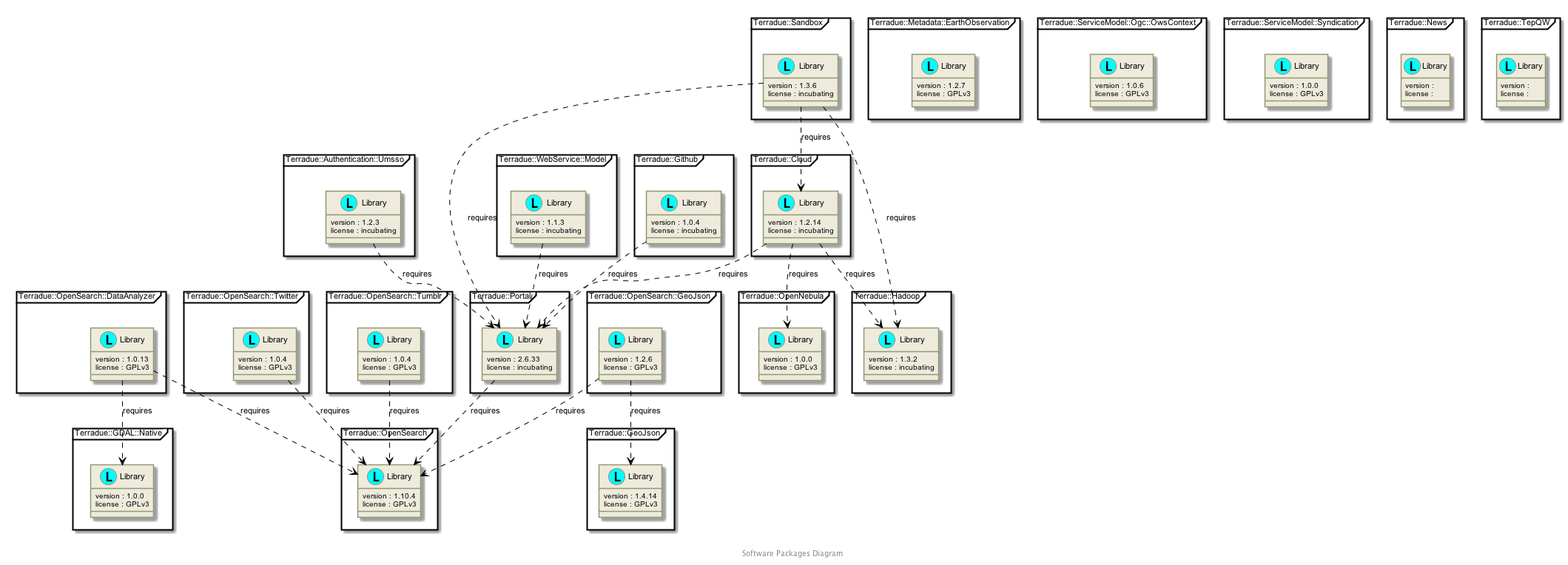
Earlier version of the PlantUML export _images/plantuml-f17e574814452937fa3298234b3eac4730e0a68b.png (Terradue/doc-tep-geohazards-arch).
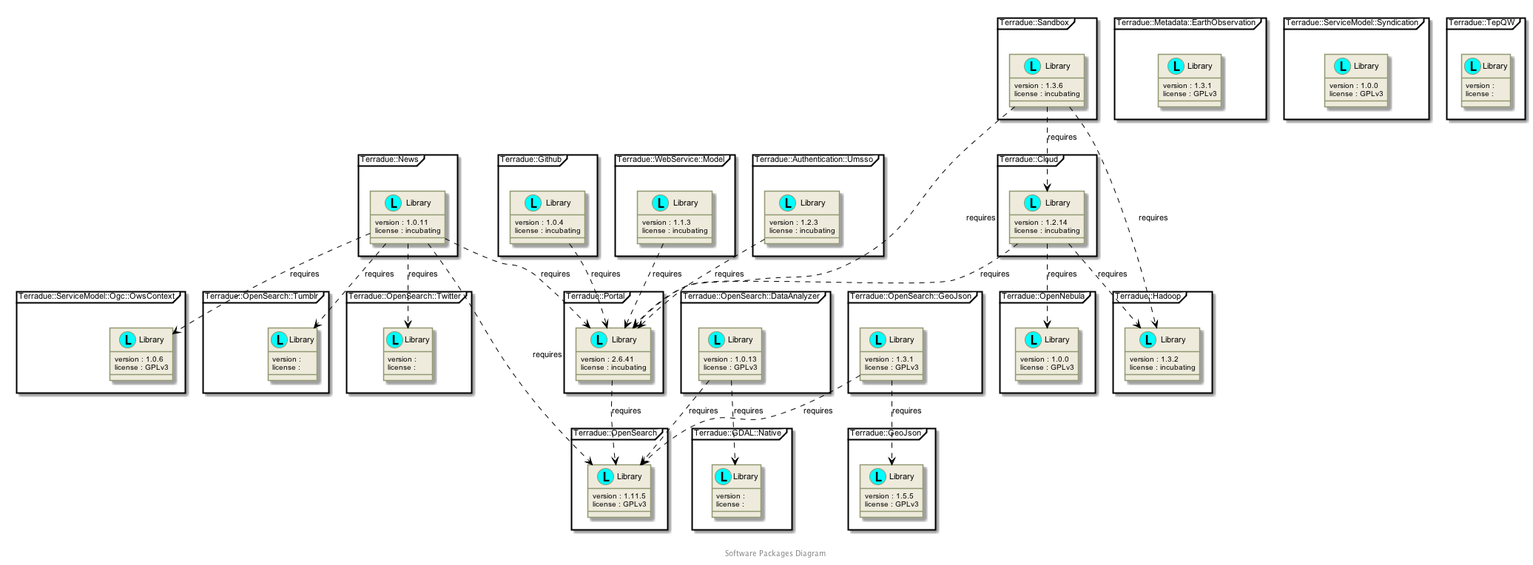
After the commit.

What changed in the source:
```diff
@@ -154,13 +154,13 @@
 }
 package "Terradue::GDAL::Native" <<Frame>> {
   class "Library" as namespace_terradue_1_1_g_d_a_l_1_1_native << (L, cyan) >> [[../technology/packages/namespace_terradue_1_1_g_d_a_l_1_1_native.html]] {
-     version : 1.0.0
-     license : GPLv3
+     version :
+     license :
   }
 }
 package "Terradue::GeoJson" <<Frame>> {
   class "Library" as namespace_terradue_1_1_geo_json << (L, cyan) >> [[../technology/packages/namespace_terradue_1_1_geo_json.html]] {
-     version : 1.4.14
+     version : 1.5.5
      license : GPLv3
   }
 }
@@ -178,7 +178,7 @@
 }
 package "Terradue::Metadata::EarthObservation" <<Frame>> {
   class "Library" as namespace_terradue_1_1_metadata_1_1_earth_observation << (L, cyan) >> [[../technology/packages/namespace_terradue_1_1_metadata_1_1_earth_observation.html]] {
-     version : 1.2.7
+     version : 1.3.1
      license : GPLv3
   }
 }
@@ -196,8 +196,8 @@
 }
 package "Terradue::News" <<Frame>> {
   class "Library" as namespace_terradue_1_1_news << (L, cyan) >> [[../technology/packages/namespace_terradue_1_1_news.html]] {
-     version :
-     license :
+     version : 1.0.11
+     license : incubating
   }
 }
 package "Terradue::OpenNebula" <<Frame>> {
@@ -214,31 +214,31 @@
 }
 package "Terradue::OpenSearch::Tumblr" <<Frame>> {
   class "Library" as namespace_terradue_1_1_open_search_1_1_tumblr << (L, cyan) >> [[../technology/packages/namespace_terradue_1_1_open_search_1_1_tumblr.html]] {
-     version : 1.0.4
-     license : GPLv3
+     version :
+     license :
   }
 }
 package "Terradue::OpenSearch::Twitter" <<Frame>> {
   class "Library" as namespace_terradue_1_1_open_search_1_1_twitter << (L, cyan) >> [[../technology/packages/namespace_terradue_1_1_open_search_1_1_twitter.html]] {
-     version : 1.0.4
-     license : GPLv3
+     version :
+     license :
   }
 }
 package "Terradue::OpenSearch::GeoJson" <<Frame>> {
   class "Library" as namespace_terradue_1_1_open_search_1_1_geo_json << (L, cyan) >> [[../technology/packages/namespace_terradue_1_1_open_search_1_1_geo_json.html]] {
-     version : 1.2.6
+     version : 1.3.1
      license : GPLv3
   }
 }
 package "Terradue::OpenSearch" <<Frame>> {
   class "Library" as namespace_terradue_1_1_open_search << (L, cyan) >> [[../technology/packages/namespace_terradue_1_1_open_search.html]] {
-     version : 1.10.4
+     version : 1.11.5
      license : GPLv3
   }
 }
 package "Terradue::Portal" <<Frame>> {
   class "Library" as namespace_terradue_1_1_portal << (L, cyan) >> [[../technology/packages/namespace_terradue_1_1_portal.html]] {
-     version : 2.6.33
+     version : 2.6.41
      license : incubating
   }
 }
@@ -266,12 +266,15 @@
 namespace_terradue_1_1_cloud  ..>  namespace_terradue_1_1_open_nebula : requires
 namespace_terradue_1_1_cloud  ..>  namespace_terradue_1_1_hadoop : requires
 namespace_terradue_1_1_github  ..>  namespace_terradue_1_1_portal : requires
+namespace_terradue_1_1_news  ..>  namespace_terradue_1_1_open_search : requires
+namespace_terradue_1_1_news  ..>  namespace_terradue_1_1_open_search_1_1_tumblr : requires
+namespace_terradue_1_1_news  ..>  namespace_terradue_1_1_open_search_1_1_twitter : requires
+namespace_terradue_1_1_news  ..>  namespace_terradue_1_1_service_model_1_1_ogc_1_1_ows_context : requires
+namespace_terradue_1_1_news  ..>  namespace_terradue_1_1_portal : requires
 namespace_terradue_1_1_open_search_1_1_data_analyzer  ..>  namespace_terradue_1_1_open_search : requires
 namespace_terradue_1_1_open_search_1_1_data_analyzer  ..>  namespace_terradue_1_1_g_d_a_l_1_1_native : requires
 namespace_terradue_1_1_open_search_1_1_geo_json  ..>  namespace_terradue_1_1_open_search : requires
 namespace_terradue_1_1_open_search_1_1_geo_json  ..>  namespace_terradue_1_1_geo_json : requires
-namespace_terradue_1_1_open_search_1_1_tumblr  ..>  namespace_terradue_1_1_open_search : requires
-namespace_terradue_1_1_open_search_1_1_twitter  ..>  namespace_terradue_1_1_open_search : requires
 namespace_terradue_1_1_portal  ..>  namespace_terradue_1_1_open_search : requires
 namespace_terradue_1_1_sandbox  ..>  namespace_terradue_1_1_portal : requires
 namespace_terradue_1_1_sandbox  ..>  namespace_terradue_1_1_cloud : requires
```
